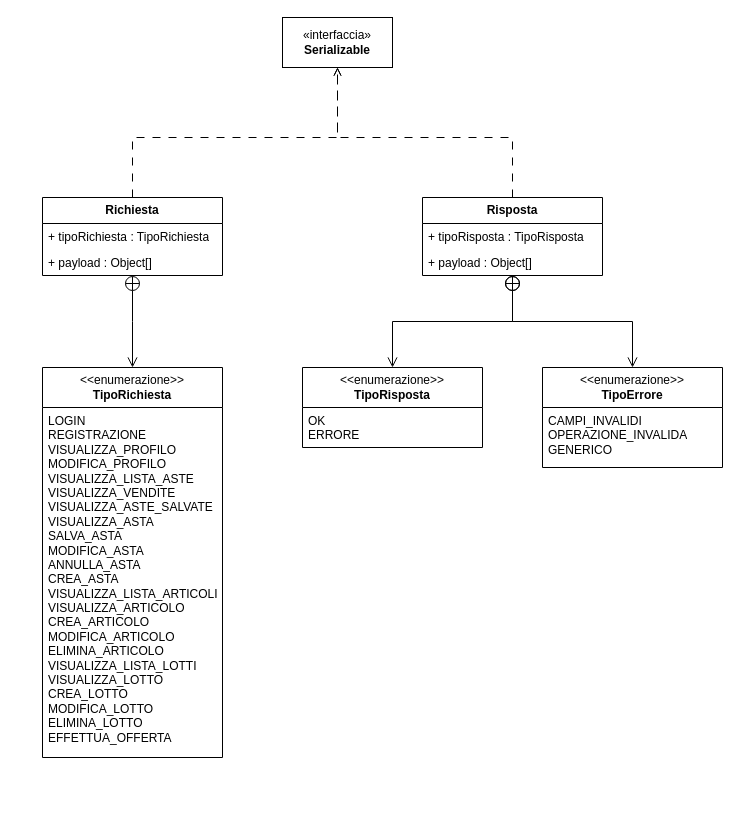
The draw.io diagram documenti/DC-Aste.drawio in Chaos-Rat/GAO, before the edit. Source tidied: cells renumbered, new cells numbered last; positions are measured from the earlier drawing's top-left corner, leaving out a move shared by most shapes. Both pictures are drawn from the tidied source at 100%, with x=0, y=0 at pixel (42, 17).
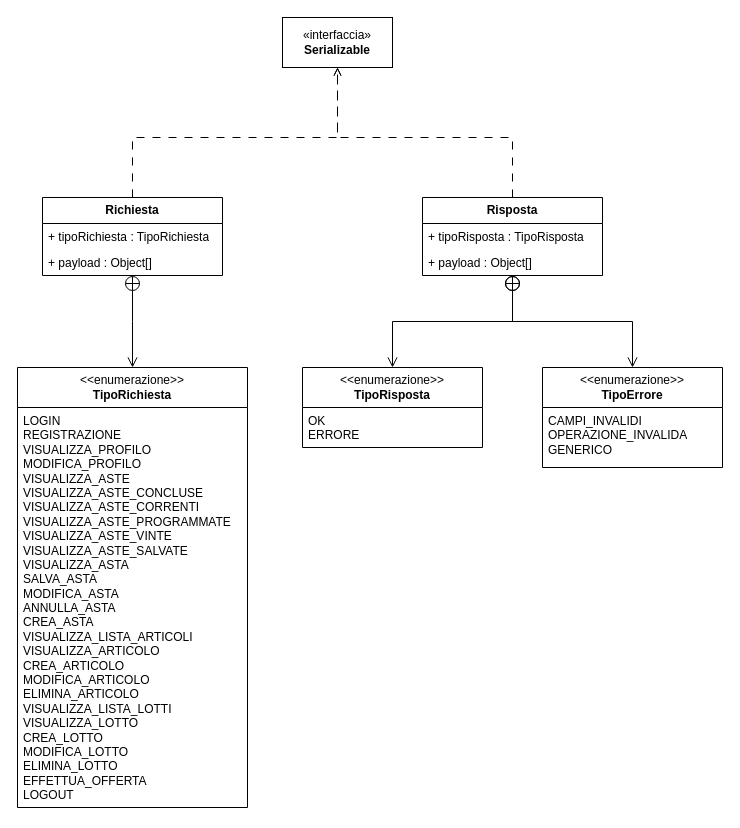
After the change.

Commit message (it also covers changes not shown here):
Corretti DAP e DC-Aste

Corretti alcuni errori nel DAP e nel diagramma delle classi del package aste, e aggiunte alcune funzionalità necessarie.

The edit, as a diff of the source:
```diff
@@
     <mxCell id="2" value="&lt;div&gt;&amp;lt;&amp;lt;enumerazione&amp;gt;&amp;gt;&lt;/div&gt;&lt;b&gt;TipoRichiesta&lt;/b&gt;" style="swimlane;fontStyle=0;horizontal=1;startSize=40;fillColor=none;whiteSpace=wrap;html=1;" parent="1" vertex="1">
-      <mxGeometry y="350" width="180" height="390" as="geometry" />
+      <mxGeometry x="-25" y="350" width="230" height="440" as="geometry" />
     </mxCell>
-    <mxCell id="3" value="LOGIN&lt;div&gt;REGISTRAZIONE&lt;/div&gt;&lt;div&gt;VISUALIZZA_PROFILO&lt;/div&gt;&lt;div&gt;MODIFICA_PROFILO&lt;/div&gt;&lt;div&gt;VISUALIZZA_LISTA_ASTE&lt;/div&gt;&lt;div&gt;VISUALIZZA_VENDITE&lt;/div&gt;&lt;div&gt;VISUALIZZA_ASTE_SALVATE&lt;/div&gt;&lt;div&gt;VISUALIZZA_ASTA&lt;/div&gt;&lt;div&gt;SALVA_ASTA&lt;/div&gt;&lt;div&gt;MODIFICA_ASTA&lt;/div&gt;&lt;div&gt;ANNULLA_ASTA&lt;/div&gt;&lt;div&gt;CREA_ASTA&lt;/div&gt;&lt;div&gt;VISUALIZZA_LISTA_ARTICOLI&lt;/div&gt;&lt;div&gt;VISUALIZZA_ARTICOLO&lt;/div&gt;&lt;div&gt;CREA_ARTICOLO&lt;/div&gt;&lt;div&gt;MODIFICA_ARTICOLO&lt;/div&gt;&lt;div&gt;ELIMINA_ARTICOLO&lt;/div&gt;&lt;div&gt;VISUALIZZA_LISTA_LOTTI&lt;/div&gt;&lt;div&gt;VISUALIZZA_LOTTO&lt;/div&gt;&lt;div&gt;CREA_LOTTO&lt;/div&gt;&lt;div&gt;MODIFICA_LOTTO&lt;/div&gt;&lt;div&gt;ELIMINA_LOTTO&lt;/div&gt;&lt;div&gt;EFFETTUA_OFFERTA&lt;/div&gt;" style="text;strokeColor=none;fillColor=none;align=left;verticalAlign=top;spacingLeft=4;spacingRight=4;overflow=hidden;whiteSpace=wrap;html=1;" parent="2" vertex="1">
-      <mxGeometry y="40" width="180" height="350" as="geometry" />
+    <mxCell id="3" value="LOGIN&lt;div&gt;REGISTRAZIONE&lt;/div&gt;&lt;div&gt;VISUALIZZA_PROFILO&lt;/div&gt;&lt;div&gt;MODIFICA_PROFILO&lt;/div&gt;&lt;div&gt;VISUALIZZA_ASTE&lt;/div&gt;&lt;div&gt;VISUALIZZA_ASTE_CONCLUSE&lt;/div&gt;&lt;div&gt;VISUALIZZA_ASTE_CORRENTI&lt;/div&gt;&lt;div&gt;VISUALIZZA_ASTE_PROGRAMMATE&lt;/div&gt;&lt;div&gt;VISUALIZZA_ASTE_VINTE&lt;/div&gt;&lt;div&gt;VISUALIZZA_ASTE_SALVATE&lt;/div&gt;&lt;div&gt;VISUALIZZA_ASTA&lt;/div&gt;&lt;div&gt;SALVA_ASTA&lt;/div&gt;&lt;div&gt;MODIFICA_ASTA&lt;/div&gt;&lt;div&gt;ANNULLA_ASTA&lt;/div&gt;&lt;div&gt;CREA_ASTA&lt;/div&gt;&lt;div&gt;VISUALIZZA_LISTA_ARTICOLI&lt;/div&gt;&lt;div&gt;VISUALIZZA_ARTICOLO&lt;/div&gt;&lt;div&gt;CREA_ARTICOLO&lt;/div&gt;&lt;div&gt;MODIFICA_ARTICOLO&lt;/div&gt;&lt;div&gt;ELIMINA_ARTICOLO&lt;/div&gt;&lt;div&gt;VISUALIZZA_LISTA_LOTTI&lt;/div&gt;&lt;div&gt;VISUALIZZA_LOTTO&lt;/div&gt;&lt;div&gt;CREA_LOTTO&lt;/div&gt;&lt;div&gt;MODIFICA_LOTTO&lt;/div&gt;&lt;div&gt;ELIMINA_LOTTO&lt;/div&gt;&lt;div&gt;EFFETTUA_OFFERTA&lt;/div&gt;&lt;div&gt;LOGOUT&lt;/div&gt;" style="text;strokeColor=none;fillColor=none;align=left;verticalAlign=top;spacingLeft=4;spacingRight=4;overflow=hidden;whiteSpace=wrap;html=1;" parent="2" vertex="1">
+      <mxGeometry y="40" width="230" height="400" as="geometry" />
     </mxCell>
```
